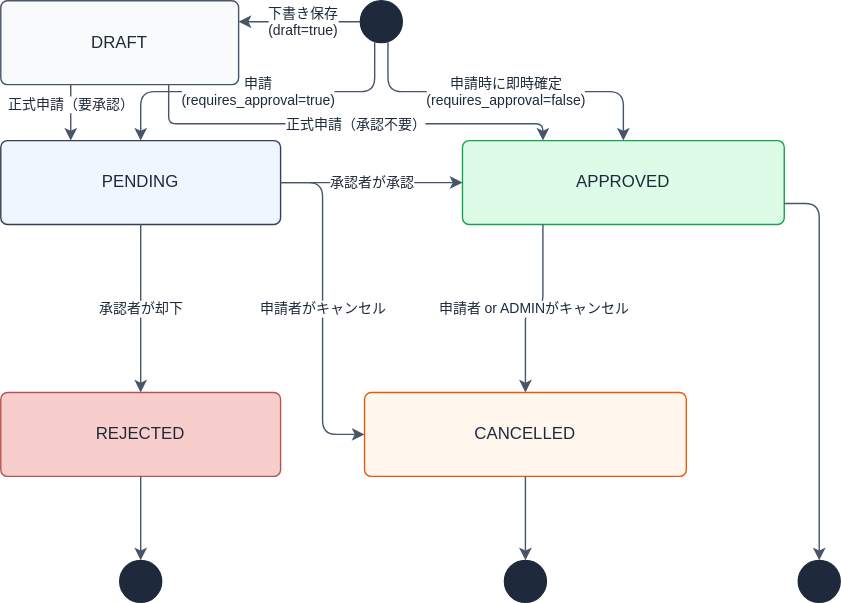
This is docs-next/static/diagrams/spec/requirements-reservation-status.drawio.svg from CHS-Training-Org/ai_training_for_chuo_system, a draw.io export, as it was before one commit. Source tidied: cells renumbered, new cells last; positions are measured from the earlier drawing's top-left corner, leaving out a move shared by most shapes.
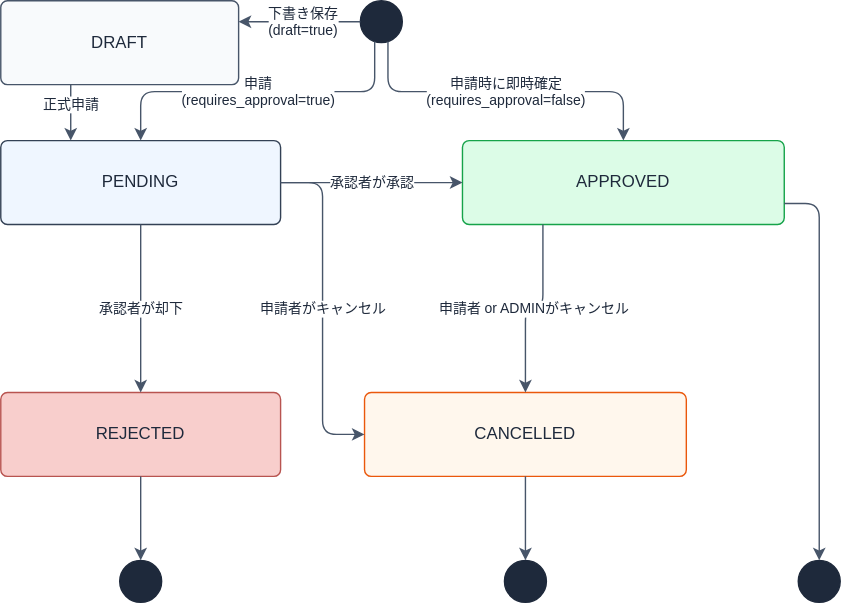
The same diagram one commit later.

Change to the diagram source:
```diff
@@ -64,16 +64,8 @@
     <mxCell id="20" value="下書き保存&#10;(draft=true)" style="edgeStyle=orthogonalEdgeStyle;rounded=1;jettySize=auto;html=1;strokeColor=#475569;fontColor=#1E293B;fontSize=10;labelBackgroundColor=#ffffff;exitX=0;exitY=0.5;exitDx=0;exitDy=0;entryX=1;entryY=0.25;entryDx=0;entryDy=0;" parent="1" edge="1" source="2" target="7">
       <mxGeometry relative="1" as="geometry" />
     </mxCell>
-    <mxCell id="21" value="正式申請（要承認）" style="edgeStyle=orthogonalEdgeStyle;rounded=1;jettySize=auto;html=1;strokeColor=#475569;fontColor=#1E293B;fontSize=10;labelBackgroundColor=#ffffff;exitX=0.294;exitY=1;exitDx=0;exitDy=0;entryX=0.25;entryY=0;entryDx=0;entryDy=0;" parent="1" edge="1" source="7" target="3">
+    <mxCell id="21" value="正式申請" style="edgeStyle=orthogonalEdgeStyle;rounded=1;jettySize=auto;html=1;strokeColor=#475569;fontColor=#1E293B;fontSize=10;labelBackgroundColor=#ffffff;exitX=0.294;exitY=1;exitDx=0;exitDy=0;entryX=0.25;entryY=0;entryDx=0;entryDy=0;" parent="1" edge="1" source="7" target="3">
       <mxGeometry relative="1" as="geometry" />
     </mxCell>
-    <mxCell id="22" value="正式申請（承認不要）" style="edgeStyle=orthogonalEdgeStyle;rounded=1;jettySize=auto;html=1;strokeColor=#475569;fontColor=#1E293B;fontSize=10;labelBackgroundColor=#ffffff;exitX=0.706;exitY=1;exitDx=0;exitDy=0;entryX=0.25;entryY=0;entryDx=0;entryDy=0;" parent="1" edge="1" source="7" target="4">
-      <mxGeometry relative="1" as="geometry">
-        <Array as="points">
-          <mxPoint x="120" y="85" />
-          <mxPoint x="388" y="85" />
-        </Array>
-      </mxGeometry>
-    </mxCell>
   </root>
 </mxGraphModel>
```
